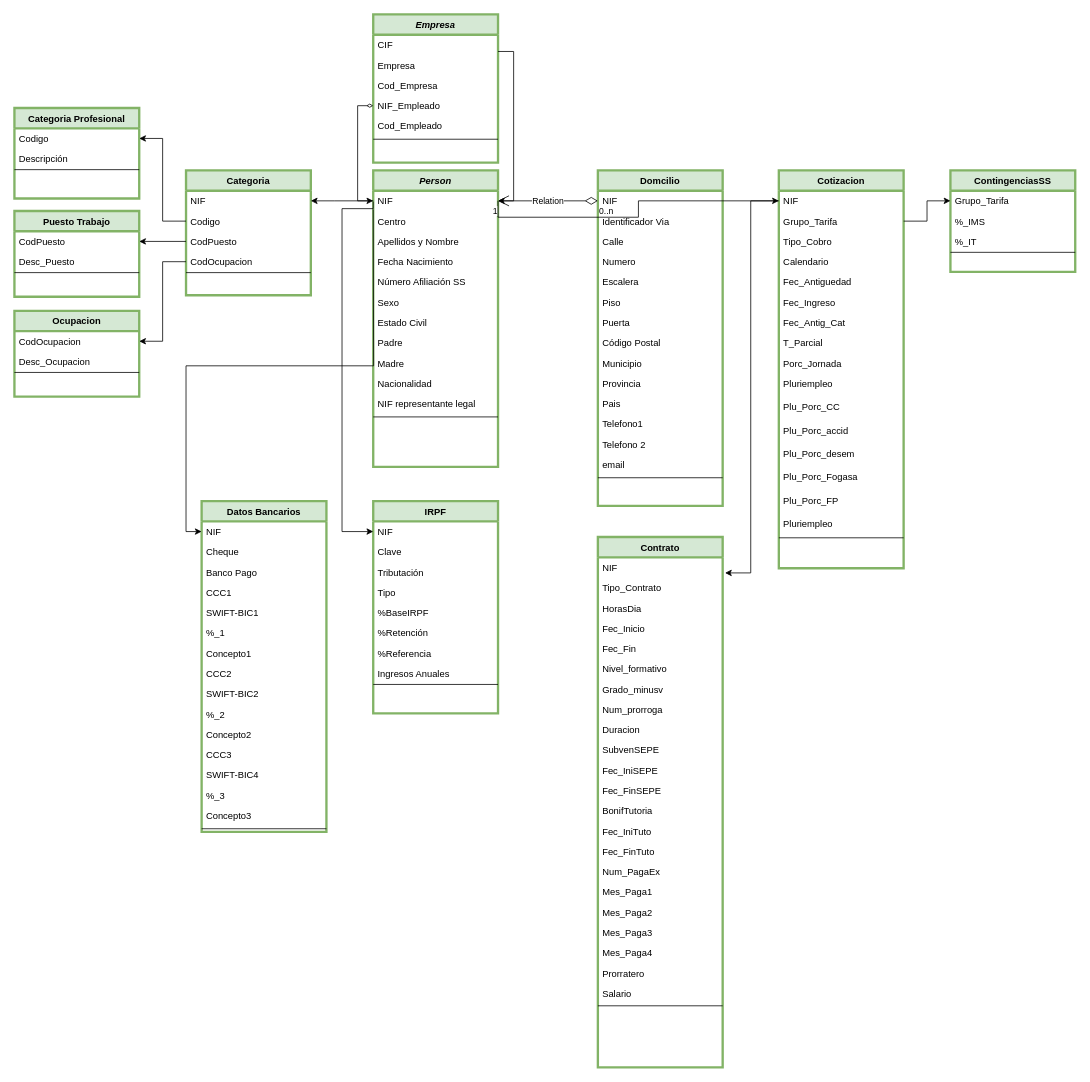
This is A3.drawio from Als001/Als001, a draw.io file, before an edit. Source tidied: cells renumbered, new cells numbered last; positions are measured from the earlier drawing's top-left corner, leaving out a move shared by most shapes. Both pictures are drawn from the tidied source at 78%, with x=0, y=0 at pixel (14, 14).
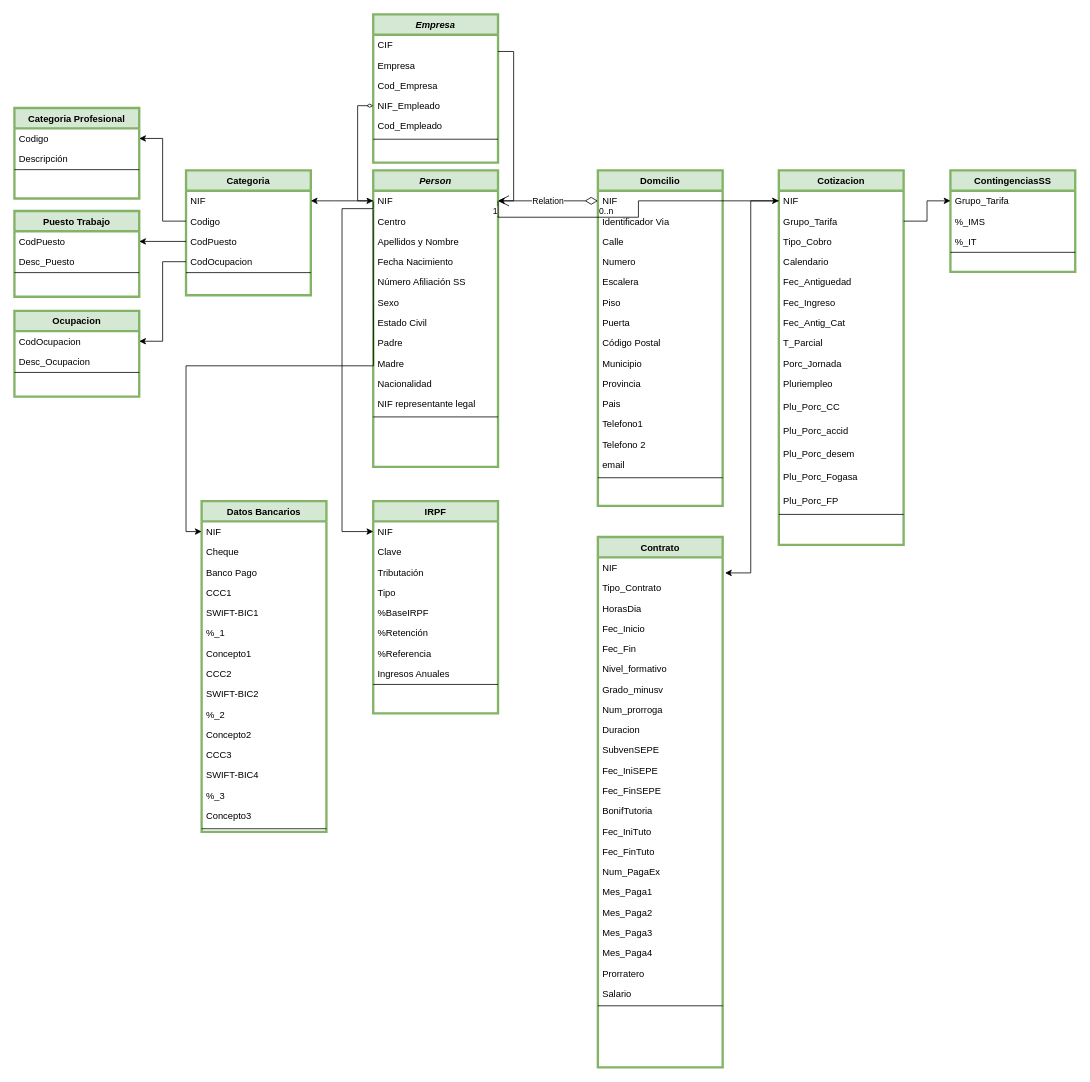
The same diagram, later.

Diff of the diagram source:
```diff
@@
     <mxCell id="71" value="Cotizacion" style="swimlane;fontStyle=1;align=center;verticalAlign=top;horizontal=1;startSize=26;rounded=0;shadow=0;strokeWidth=3;fillColor=#d5e8d4;strokeColor=#82b366;" parent="1" vertex="1">
-      <mxGeometry x="980" y="200" width="160" height="510" as="geometry" />
+      <mxGeometry x="980" y="200" width="160" height="480" as="geometry" />
     </mxCell>
@@
-    <mxCell id="87" value="Pluriempleo" style="text;align=left;verticalAlign=top;spacingLeft=4;spacingRight=4;overflow=hidden;" parent="71" vertex="1">
-      <mxGeometry y="440" width="160" height="30" as="geometry" />
-    </mxCell>
     <mxCell id="88" style="line;html=1;strokeWidth=1;align=left;verticalAlign=middle;spacingTop=-1;spacingLeft=3;spacingRight=3;labelPosition=right;" parent="71" vertex="1">
-      <mxGeometry y="470" width="160" height="2" as="geometry" />
+      <mxGeometry y="440" width="160" height="2" as="geometry" />
     </mxCell>
```
